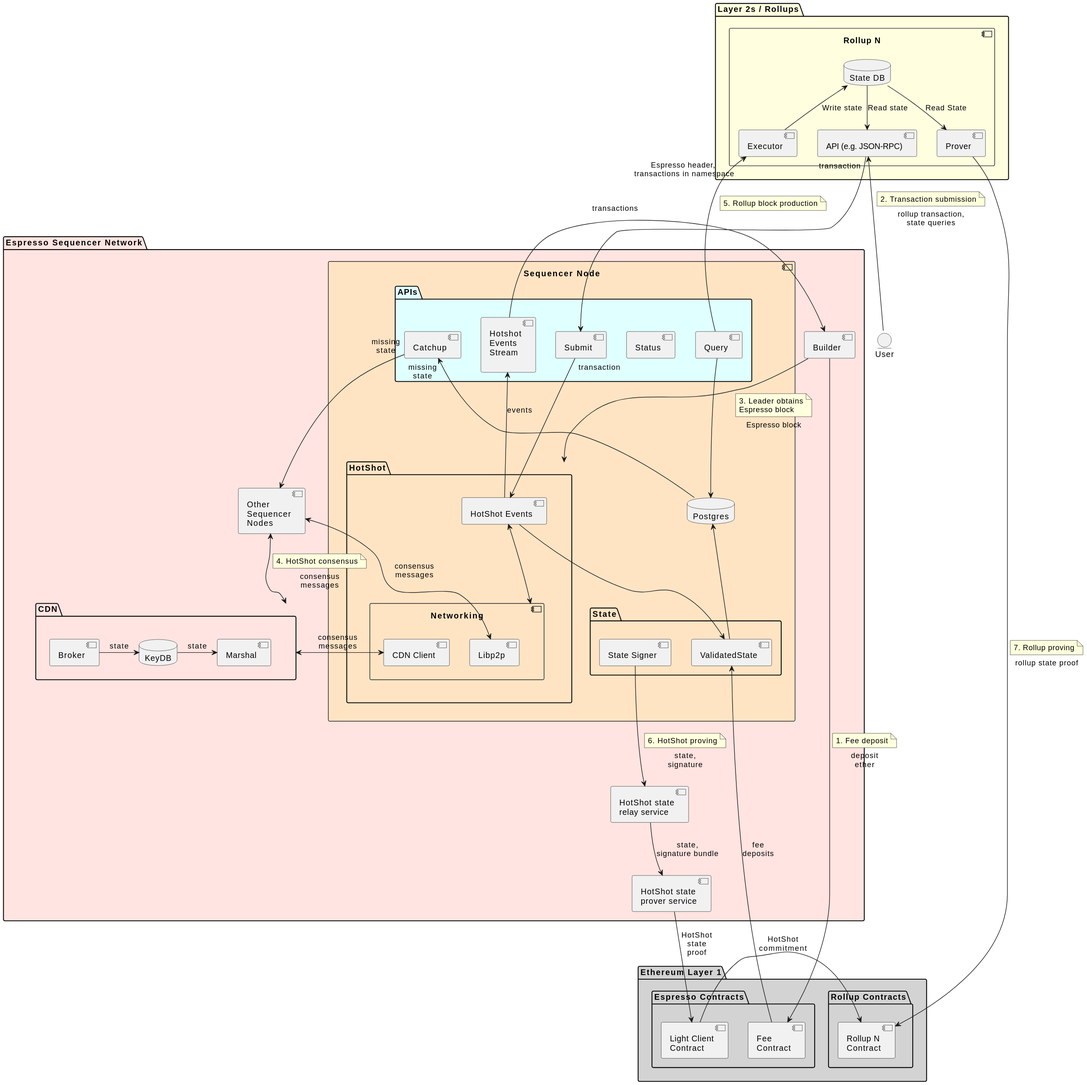
EspressoSystems/espresso-sequencer keeps this PlantUML diagram as doc/architecture.svg. Above is the earlier version.
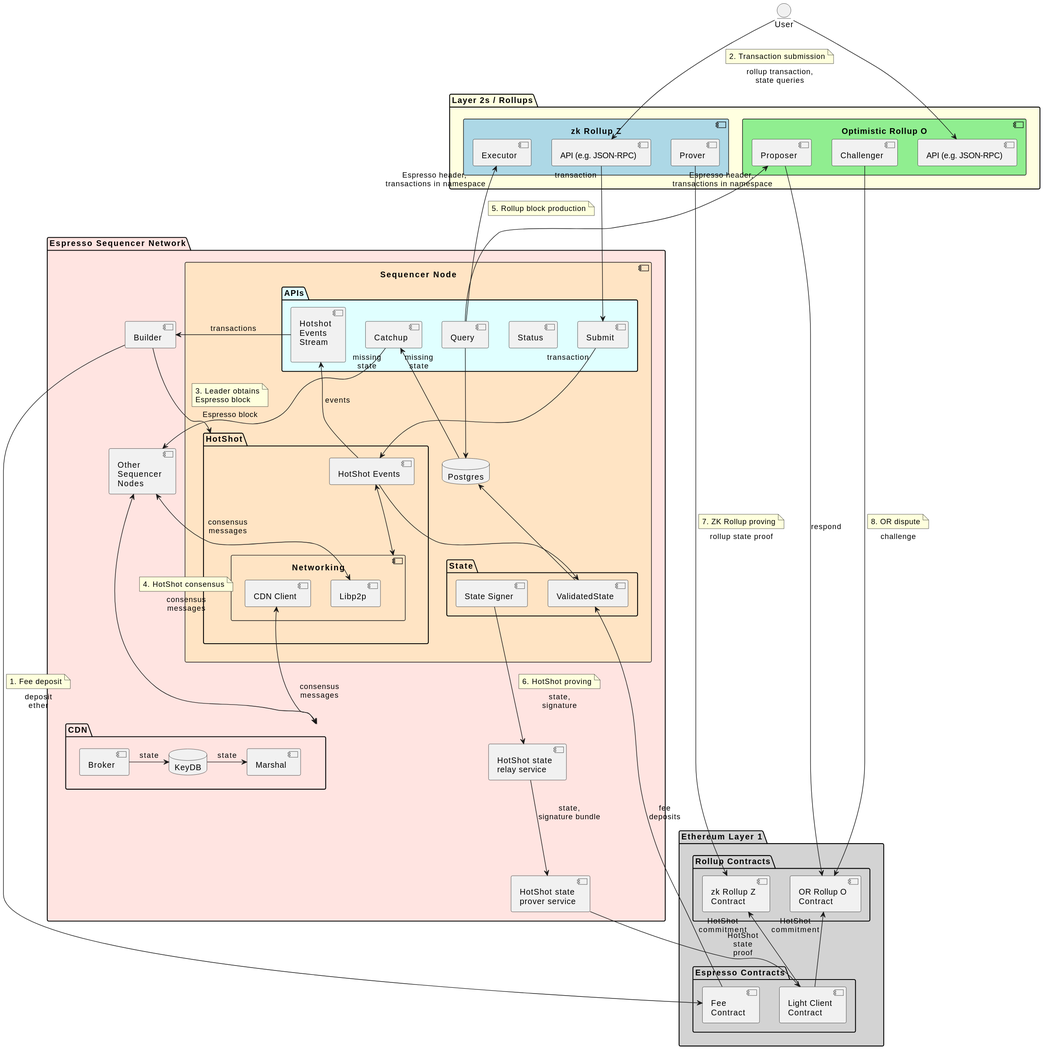
The same file after the commit.

Commit message:
Add optimistic rollup

The edit, as a diff of the source:
```diff
@@ -1,24 +1,15 @@
 @startuml
-skinparam package<<Layout>> {
-  borderColor Transparent
-  backgroundColor Transparent
-  fontColor Transparent
-  stereotypeFontColor Transparent
-}
-
 package "Espresso Sequencer Network" as Network #MistyRose {
-    package CDNLayout <<Layout>> {
-        component "Other\nSequencer\nNodes" as Nodes
-        package CDN {
-            component Broker
-            component Marshal
-            database KeyDB
-        }
+    component "Other\nSequencer\nNodes" as Nodes
+    package CDN {
+        component Broker
+        component Marshal
+        database KeyDB
     }
 
     Broker -> KeyDB: state
     KeyDB -> Marshal: state
-    Nodes <--> CDN: consensus\nmessages
+    Nodes <-up-> CDN: consensus\nmessages
     note top of link
         4. HotShot consensus
     end note
@@ -77,11 +68,15 @@
 DB --> Catchup: " " "missing\nstate"
 
 package "Layer 2s / Rollups" as L2s #LightYellow {
-    component "Rollup N" as L2 {
-        component "API (e.g. JSON-RPC)" as L2_RPC
-        component Executor as L2_Exec
-        component Prover as L2_Prover
-        database "State DB" as L2_State
+    component "zk Rollup Z" as ZK #LightBlue {
+        component "API (e.g. JSON-RPC)" as ZK_RPC
+        component Executor as ZK_Exec
+        component Prover as ZK_Prover
+    }
+    component "Optimistic Rollup O" #LightGreen {
+        component "API (e.g. JSON-RPC)" as OR_RPC
+        component Proposer
+        component Challenger
     }
 }
 package "Ethereum Layer 1" as L1 #LightGray {
@@ -90,33 +85,41 @@
         component "Fee\nContract" as Fee_L1
     }
     package "Rollup Contracts" {
-        component "Rollup N\nContract" as L2_L1
+        component "zk Rollup Z\nContract" as ZK_L1
+        component "OR Rollup O\nContract" as OR_L1
     }
 }
 
 entity User
-User -Up-> L2_RPC : rollup transaction,\nstate queries
+User --> ZK_RPC : rollup transaction,\nstate queries
 note top of link
     2. Transaction submission
 end note
-L2_RPC --> Submit : "transaction" " "
+User --> OR_RPC
+
+ZK_RPC --> Submit : "transaction" " "
 Submit -> Events: "transaction" " "
-Query -up-> L2_Exec : " " "Espresso header,\n transactions in namespace"
+Query -up-> ZK_Exec : " " "Espresso header,\n transactions in namespace"
 note top of link
     5. Rollup block production
 end note
+Query -up-> Proposer: " " "Espresso header,\n transactions in namespace"
 
 
 HSProver -down-> LC_L1 : HotShot\nstate\nproof
-L2_Prover -> L2_L1 : rollup state proof
+LC_L1 -up-> ZK_L1 : " " "HotShot\ncommitment"
+LC_L1 -up-> OR_L1 : " " "HotShot\ncommitment"
+
+ZK_Prover -> ZK_L1 : rollup state proof
 note top of link
-    7. Rollup proving
+    7. ZK Rollup proving
 end note
-LC_L1 -> L2_L1 : HotShot\ncommitment
 
-L2_RPC <-up- L2_State : Read state
-L2_Exec -up-> L2_State : Write state
-L2_Prover <-up- L2_State : Read State
+Proposer -> OR_L1: respond
+Challenger -> OR_L1: challenge
+note top of link
+    8. OR dispute
+end note
 
 Builder --> Fee_L1: deposit\nether
 note top of link
```
